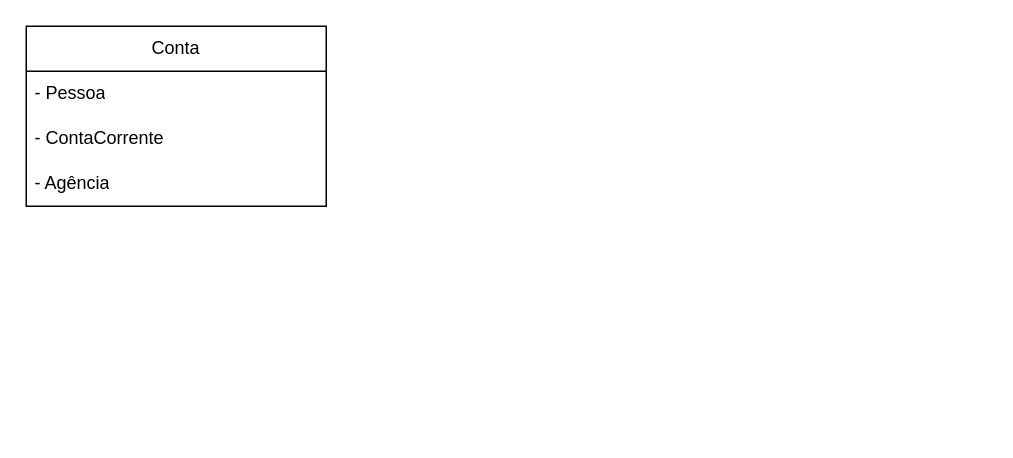
Earlier version of the draw.io diagram Projeto POO.drawio (GuilhermeParnaibaNunes/Projeto-POO). Source tidied: cells renumbered, new cells numbered last; positions are measured from the earlier drawing's top-left corner, leaving out a move shared by most shapes. Both pictures are drawn from the tidied source at 150%, with x=0, y=0 at pixel (26, 26).
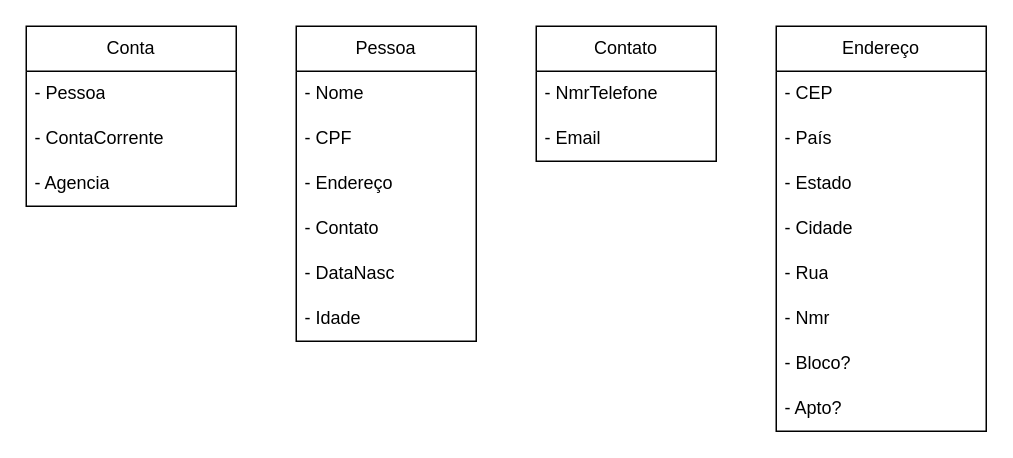
After the change.

Commit message:
Adicionando base

What changed in the source:
```diff
@@
     <mxCell id="2" value="Conta" style="swimlane;fontStyle=0;horizontal=1;startSize=30;whiteSpace=wrap;html=1;" parent="1" vertex="1">
-      <mxGeometry width="200" height="120" as="geometry" />
+      <mxGeometry width="140" height="120" as="geometry" />
     </mxCell>
@@
-    <mxCell id="5" value="- Agência" style="text;strokeColor=none;fillColor=none;align=left;verticalAlign=middle;spacingLeft=4;spacingRight=4;overflow=hidden;whiteSpace=wrap;html=1;" parent="2" vertex="1">
+    <mxCell id="5" value="- Agencia" style="text;strokeColor=none;fillColor=none;align=left;verticalAlign=middle;spacingLeft=4;spacingRight=4;overflow=hidden;whiteSpace=wrap;html=1;" parent="2" vertex="1">
       <mxGeometry y="90" width="140" height="30" as="geometry" />
     </mxCell>
+    <mxCell id="6" value="Pessoa" style="swimlane;fontStyle=0;horizontal=1;startSize=30;whiteSpace=wrap;html=1;" parent="1" vertex="1">
+      <mxGeometry x="180" width="120" height="210" as="geometry" />
+    </mxCell>
+    <mxCell id="7" value="- Nome" style="text;strokeColor=none;fillColor=none;align=left;verticalAlign=middle;spacingLeft=4;spacingRight=4;overflow=hidden;whiteSpace=wrap;html=1;" parent="6" vertex="1">
+      <mxGeometry y="30" width="120" height="30" as="geometry" />
+    </mxCell>
+    <mxCell id="8" value="- CPF" style="text;strokeColor=none;fillColor=none;align=left;verticalAlign=middle;spacingLeft=4;spacingRight=4;overflow=hidden;whiteSpace=wrap;html=1;" parent="6" vertex="1">
+      <mxGeometry y="60" width="120" height="30" as="geometry" />
+    </mxCell>
+    <mxCell id="9" value="- Endereço" style="text;strokeColor=none;fillColor=none;align=left;verticalAlign=middle;spacingLeft=4;spacingRight=4;overflow=hidden;whiteSpace=wrap;html=1;" parent="6" vertex="1">
+      <mxGeometry y="90" width="120" height="30" as="geometry" />
+    </mxCell>
+    <mxCell id="10" value="- Contato" style="text;strokeColor=none;fillColor=none;align=left;verticalAlign=middle;spacingLeft=4;spacingRight=4;overflow=hidden;whiteSpace=wrap;html=1;" parent="6" vertex="1">
+      <mxGeometry y="120" width="120" height="30" as="geometry" />
+    </mxCell>
+    <mxCell id="11" value="- DataNasc" style="text;strokeColor=none;fillColor=none;align=left;verticalAlign=middle;spacingLeft=4;spacingRight=4;overflow=hidden;whiteSpace=wrap;html=1;" parent="6" vertex="1">
+      <mxGeometry y="150" width="120" height="30" as="geometry" />
+    </mxCell>
+    <mxCell id="12" value="- Idade" style="text;strokeColor=none;fillColor=none;align=left;verticalAlign=middle;spacingLeft=4;spacingRight=4;overflow=hidden;whiteSpace=wrap;html=1;" parent="6" vertex="1">
+      <mxGeometry y="180" width="120" height="30" as="geometry" />
+    </mxCell>
+    <mxCell id="13" value="Contato" style="swimlane;fontStyle=0;horizontal=1;startSize=30;whiteSpace=wrap;html=1;" parent="1" vertex="1">
+      <mxGeometry x="340" width="120" height="90" as="geometry" />
+    </mxCell>
+    <mxCell id="14" value="- NmrTelefone" style="text;strokeColor=none;fillColor=none;align=left;verticalAlign=middle;spacingLeft=4;spacingRight=4;overflow=hidden;whiteSpace=wrap;html=1;" parent="13" vertex="1">
+      <mxGeometry y="30" width="120" height="30" as="geometry" />
+    </mxCell>
+    <mxCell id="15" value="- Email" style="text;strokeColor=none;fillColor=none;align=left;verticalAlign=middle;spacingLeft=4;spacingRight=4;overflow=hidden;whiteSpace=wrap;html=1;" parent="13" vertex="1">
+      <mxGeometry y="60" width="120" height="30" as="geometry" />
+    </mxCell>
+    <mxCell id="16" value="Endereço" style="swimlane;fontStyle=0;horizontal=1;startSize=30;whiteSpace=wrap;html=1;" parent="1" vertex="1">
+      <mxGeometry x="500" width="140" height="270" as="geometry" />
+    </mxCell>
+    <mxCell id="17" value="- CEP" style="text;strokeColor=none;fillColor=none;align=left;verticalAlign=middle;spacingLeft=4;spacingRight=4;overflow=hidden;whiteSpace=wrap;html=1;" parent="16" vertex="1">
+      <mxGeometry y="30" width="140" height="30" as="geometry" />
+    </mxCell>
+    <mxCell id="18" value="- País" style="text;strokeColor=none;fillColor=none;align=left;verticalAlign=middle;spacingLeft=4;spacingRight=4;overflow=hidden;whiteSpace=wrap;html=1;" parent="16" vertex="1">
+      <mxGeometry y="60" width="140" height="30" as="geometry" />
+    </mxCell>
+    <mxCell id="19" value="- Estado" style="text;strokeColor=none;fillColor=none;align=left;verticalAlign=middle;spacingLeft=4;spacingRight=4;overflow=hidden;whiteSpace=wrap;html=1;" parent="16" vertex="1">
+      <mxGeometry y="90" width="140" height="30" as="geometry" />
+    </mxCell>
+    <mxCell id="20" value="- Cidade" style="text;strokeColor=none;fillColor=none;align=left;verticalAlign=middle;spacingLeft=4;spacingRight=4;overflow=hidden;whiteSpace=wrap;html=1;" parent="16" vertex="1">
+      <mxGeometry y="120" width="140" height="30" as="geometry" />
+    </mxCell>
+    <mxCell id="21" value="- Rua" style="text;strokeColor=none;fillColor=none;align=left;verticalAlign=middle;spacingLeft=4;spacingRight=4;overflow=hidden;whiteSpace=wrap;html=1;" parent="16" vertex="1">
+      <mxGeometry y="150" width="140" height="30" as="geometry" />
+    </mxCell>
+    <mxCell id="22" value="- Nmr" style="text;strokeColor=none;fillColor=none;align=left;verticalAlign=middle;spacingLeft=4;spacingRight=4;overflow=hidden;whiteSpace=wrap;html=1;" parent="16" vertex="1">
+      <mxGeometry y="180" width="140" height="30" as="geometry" />
+    </mxCell>
+    <mxCell id="23" value="- Bloco?" style="text;strokeColor=none;fillColor=none;align=left;verticalAlign=middle;spacingLeft=4;spacingRight=4;overflow=hidden;whiteSpace=wrap;html=1;" parent="16" vertex="1">
+      <mxGeometry y="210" width="140" height="30" as="geometry" />
+    </mxCell>
+    <mxCell id="24" value="- Apto?" style="text;strokeColor=none;fillColor=none;align=left;verticalAlign=middle;spacingLeft=4;spacingRight=4;overflow=hidden;whiteSpace=wrap;html=1;" parent="16" vertex="1">
+      <mxGeometry y="240" width="140" height="30" as="geometry" />
+    </mxCell>
```
